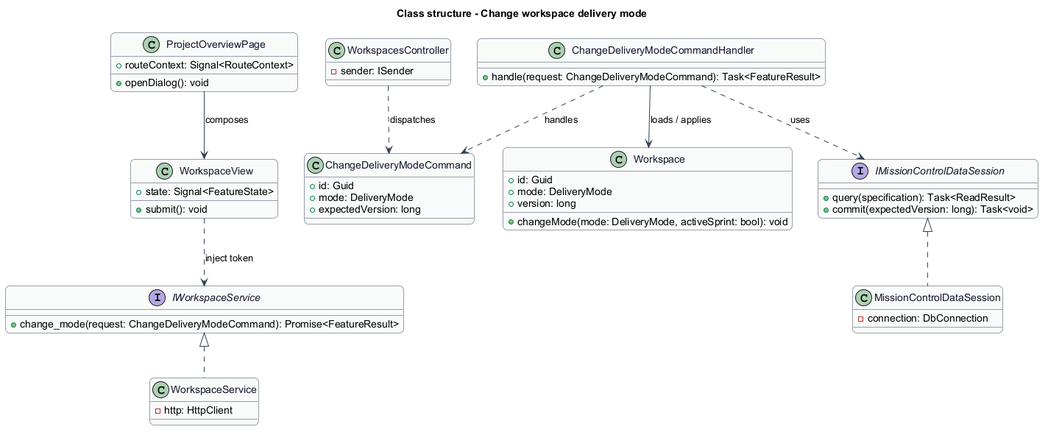
Above: docs/detailed-designs/projects/change-delivery-mode/diagrams/class-structure.png in QuinntyneBrown/mission-control (PlantUML), before the change. Source of this version:
```plantuml
@startuml
skinparam backgroundColor #FFFFFF
skinparam shadowing false
skinparam roundcorner 12
skinparam defaultFontName Arial
skinparam ArrowColor #344054
skinparam rectangle {
  BorderColor #344054
  FontColor #101828
}
skinparam package {
  BorderColor #667085
  FontColor #101828
  BackgroundColor #F9FAFB
}
title Class structure - Change workspace delivery mode
skinparam class {
  BorderColor #344054
  FontColor #101828
  BackgroundColor #F9FAFB
}
class ProjectOverviewPage {
  +routeContext: Signal<RouteContext>
  +openDialog(): void
}
class WorkspaceView {
  +state: Signal<FeatureState>
  +submit(): void
}
interface IWorkspaceService {
  +change_mode(request: ChangeDeliveryModeCommand): Promise<FeatureResult>
}
class WorkspaceService {
  -http: HttpClient
}
class WorkspacesController {
  -sender: ISender
}
class Workspace {
  +id: Guid
  +mode: DeliveryMode
  +version: long
  +changeMode(mode: DeliveryMode, activeSprint: bool): void
}
interface IMissionControlDataSession {
  +query(specification): Task<ReadResult>
  +commit(expectedVersion: long): Task<void>
}
class MissionControlDataSession {
  -connection: DbConnection
}
ProjectOverviewPage --> WorkspaceView : composes
WorkspaceView ..> IWorkspaceService : inject token
IWorkspaceService <|.. WorkspaceService
IMissionControlDataSession <|.. MissionControlDataSession
class ChangeDeliveryModeCommand {
  +id: Guid
  +mode: DeliveryMode
  +expectedVersion: long
}
class ChangeDeliveryModeCommandHandler {
  +handle(request: ChangeDeliveryModeCommand): Task<FeatureResult>
}
WorkspacesController ..> ChangeDeliveryModeCommand : dispatches
ChangeDeliveryModeCommandHandler ..> ChangeDeliveryModeCommand : handles
ChangeDeliveryModeCommandHandler --> Workspace : loads / applies
ChangeDeliveryModeCommandHandler ..> IMissionControlDataSession : uses

@enduml
```
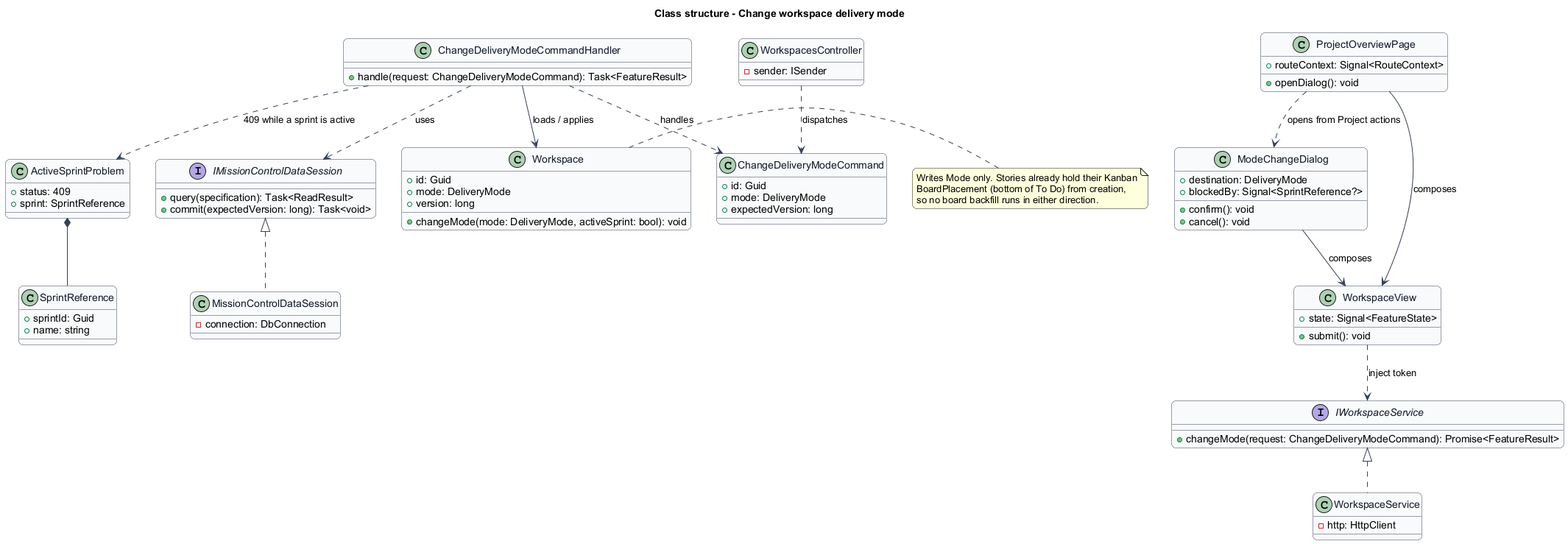
Above is the later version.

The edit, as a diff of the source:
```diff
@@ -23,12 +23,18 @@
   +routeContext: Signal<RouteContext>
   +openDialog(): void
 }
+class ModeChangeDialog {
+  +destination: DeliveryMode
+  +blockedBy: Signal<SprintReference?>
+  +confirm(): void
+  +cancel(): void
+}
 class WorkspaceView {
   +state: Signal<FeatureState>
   +submit(): void
 }
 interface IWorkspaceService {
-  +change_mode(request: ChangeDeliveryModeCommand): Promise<FeatureResult>
+  +changeMode(request: ChangeDeliveryModeCommand): Promise<FeatureResult>
 }
 class WorkspaceService {
   -http: HttpClient
@@ -42,6 +48,11 @@
   +version: long
   +changeMode(mode: DeliveryMode, activeSprint: bool): void
 }
+note right of Workspace
+  Writes Mode only. Stories already hold their Kanban
+  BoardPlacement (bottom of To Do) from creation,
+  so no board backfill runs in either direction.
+end note
 interface IMissionControlDataSession {
   +query(specification): Task<ReadResult>
   +commit(expectedVersion: long): Task<void>
@@ -50,6 +61,8 @@
   -connection: DbConnection
 }
 ProjectOverviewPage --> WorkspaceView : composes
+ProjectOverviewPage ..> ModeChangeDialog : opens from Project actions
+ModeChangeDialog --> WorkspaceView : composes
 WorkspaceView ..> IWorkspaceService : inject token
 IWorkspaceService <|.. WorkspaceService
 IMissionControlDataSession <|.. MissionControlDataSession
@@ -63,7 +76,17 @@
 }
 WorkspacesController ..> ChangeDeliveryModeCommand : dispatches
 ChangeDeliveryModeCommandHandler ..> ChangeDeliveryModeCommand : handles
+class ActiveSprintProblem {
+  +status: 409
+  +sprint: SprintReference
+}
+class SprintReference {
+  +sprintId: Guid
+  +name: string
+}
+ActiveSprintProblem *-- SprintReference
 ChangeDeliveryModeCommandHandler --> Workspace : loads / applies
+ChangeDeliveryModeCommandHandler ..> ActiveSprintProblem : 409 while a sprint is active
 ChangeDeliveryModeCommandHandler ..> IMissionControlDataSession : uses
 
 @enduml
```
